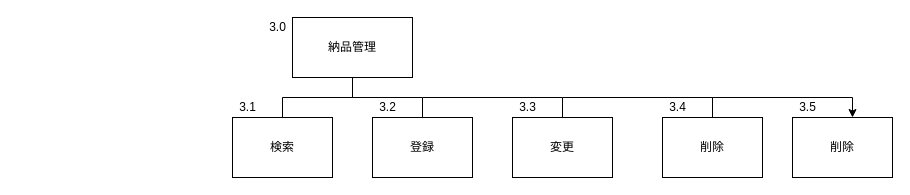
The draw.io diagram サブシステム構造図/納品管理.drawio in Yamanin3/system-devel, before the edit. Source tidied: cells renumbered, new cells numbered last; positions are measured from the earlier drawing's top-left corner, leaving out a move shared by most shapes. Both pictures are drawn from the tidied source at 100%, with x=0, y=0 at pixel (232, 17).
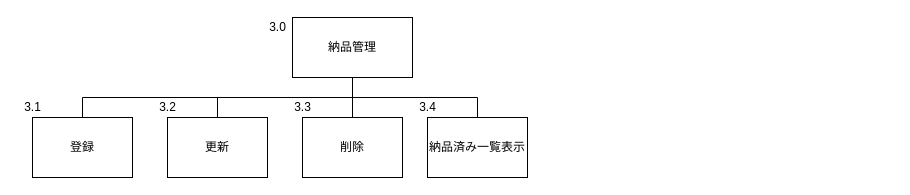
The same diagram, later.

Commit message (it also covers changes not shown here):
構造図,IPOの売上と出荷以外を完成

Unchanged cells that the change refers to:
```xml
<mxCell id="2" value="納品管理" style="whiteSpace=wrap;html=1;align=center;" parent="1" vertex="1">
  <mxGeometry x="60" width="120" height="60" as="geometry" />
</mxCell>
```

Diff of the diagram source:
```diff
@@
-    <mxCell id="3" value="登録" style="whiteSpace=wrap;html=1;align=center;verticalAlign=middle;" parent="1" vertex="1">
-      <mxGeometry x="140" y="100" width="100" height="60" as="geometry" />
+    <mxCell id="3" value="更新" style="whiteSpace=wrap;html=1;align=center;verticalAlign=middle;" parent="1" vertex="1">
+      <mxGeometry x="-65" y="100" width="100" height="60" as="geometry" />
     </mxCell>
@@
-    <mxCell id="5" value="変更" style="whiteSpace=wrap;html=1;align=center;verticalAlign=middle;" parent="1" vertex="1">
-      <mxGeometry x="280" y="100" width="100" height="60" as="geometry" />
+    <mxCell id="5" value="削除" style="whiteSpace=wrap;html=1;align=center;verticalAlign=middle;" parent="1" vertex="1">
+      <mxGeometry x="70" y="100" width="100" height="60" as="geometry" />
     </mxCell>
@@
-    <mxCell id="7" style="edgeStyle=orthogonalEdgeStyle;rounded=0;jettySize=auto;html=1;" parent="1" edge="1" source="8" target="9">
-      <mxGeometry relative="1" as="geometry">
-        <Array as="points">
-          <mxPoint x="480" y="80" />
-          <mxPoint x="620" y="80" />
-        </Array>
-      </mxGeometry>
-    </mxCell>
-    <mxCell id="8" value="削除" style="whiteSpace=wrap;html=1;align=center;verticalAlign=middle;" parent="1" vertex="1">
-      <mxGeometry x="430" y="100" width="100" height="60" as="geometry" />
+    <mxCell id="8" value="納品済み一覧表示" style="whiteSpace=wrap;html=1;align=center;verticalAlign=middle;" parent="1" vertex="1">
+      <mxGeometry x="195" y="100" width="100" height="60" as="geometry" />
     </mxCell>
-    <mxCell id="9" value="削除" style="whiteSpace=wrap;html=1;align=center;verticalAlign=middle;" parent="1" vertex="1">
-      <mxGeometry x="560" y="100" width="100" height="60" as="geometry" />
-    </mxCell>
-    <mxCell id="10" style="edgeStyle=elbowEdgeStyle;elbow=vertical;startArrow=none;endArrow=none;rounded=0;" parent="1" edge="1" target="8">
+    <mxCell id="10" style="edgeStyle=elbowEdgeStyle;elbow=vertical;startArrow=none;endArrow=none;rounded=0;exitX=0.5;exitY=1;exitDx=0;exitDy=0;entryX=0.5;entryY=0;entryDx=0;entryDy=0;" parent="1" edge="1" source="2" target="8">
       <mxGeometry relative="1" as="geometry">
-        <mxPoint x="330" y="80" as="sourcePoint" />
         <Array as="points">
-          <mxPoint x="410" y="80" />
+          <mxPoint x="180" y="80" />
         </Array>
       </mxGeometry>
     </mxCell>
-    <mxCell id="11" value="検索" style="whiteSpace=wrap;html=1;align=center;verticalAlign=middle;" parent="1" vertex="1">
-      <mxGeometry y="100" width="100" height="60" as="geometry" />
+    <mxCell id="11" value="登録" style="whiteSpace=wrap;html=1;align=center;verticalAlign=middle;" parent="1" vertex="1">
+      <mxGeometry x="-200" y="100" width="100" height="60" as="geometry" />
     </mxCell>
@@
     <mxCell id="14" value="3.1" style="text;html=1;align=center;verticalAlign=middle;fillColor=none;strokeColor=none;rounded=0;" parent="1" vertex="1">
-      <mxGeometry y="80" width="30" height="20" as="geometry" />
+      <mxGeometry x="-215" y="80" width="30" height="20" as="geometry" />
     </mxCell>
     <mxCell id="15" value="3.2" style="text;html=1;align=center;verticalAlign=middle;fillColor=none;strokeColor=none;rounded=0;" parent="1" vertex="1">
-      <mxGeometry x="140" y="80" width="30" height="20" as="geometry" />
+      <mxGeometry x="-80" y="80" width="30" height="20" as="geometry" />
     </mxCell>
     <mxCell id="16" value="3.3" style="text;html=1;align=center;verticalAlign=middle;fillColor=none;strokeColor=none;rounded=0;" parent="1" vertex="1">
-      <mxGeometry x="280" y="80" width="30" height="20" as="geometry" />
+      <mxGeometry x="55" y="80" width="30" height="20" as="geometry" />
     </mxCell>
     <mxCell id="17" value="3.4" style="text;html=1;align=center;verticalAlign=middle;fillColor=none;strokeColor=none;rounded=0;" parent="1" vertex="1">
-      <mxGeometry x="430" y="80" width="30" height="20" as="geometry" />
+      <mxGeometry x="180" y="80" width="30" height="20" as="geometry" />
     </mxCell>
-    <mxCell id="18" value="3.5" style="text;html=1;align=center;verticalAlign=middle;fillColor=none;strokeColor=none;rounded=0;" parent="1" vertex="1">
-      <mxGeometry x="560" y="80" width="30" height="20" as="geometry" />
-    </mxCell>
```
